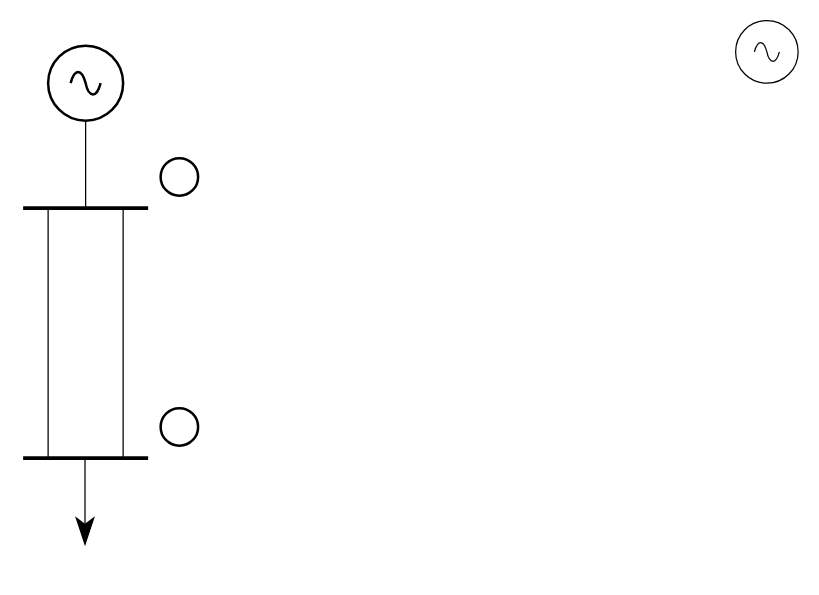
This is Diagrama sin título.drawio from ALANRODRIGUEZA/G4A_SEP1-A_S12024, a draw.io file, before an edit. Source tidied: cells renumbered, new cells numbered last; positions are measured from the earlier drawing's top-left corner, leaving out a move shared by most shapes. Both pictures are drawn from the tidied source at 125%, with x=0, y=0 at pixel (22, 20).
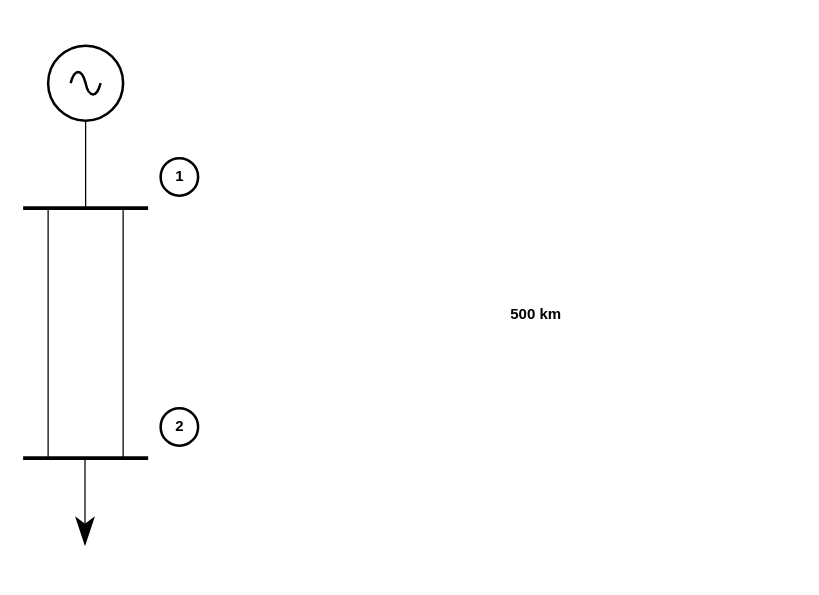
Above is the later version.

The edit, as a diff of the source:
```diff
@@
 <mxGraphModel>
   <root>
     <mxCell id="0" />
     <mxCell id="1" parent="0" />
     <mxCell id="2" style="verticalLabelPosition=bottom;shadow=0;dashed=0;align=center;html=1;verticalAlign=top;shape=mxgraph.electrical.signal_sources.source;elSignalType=ac;strokeWidth=2;" parent="1" vertex="1">
       <mxGeometry x="20" y="20" width="60" height="60" as="geometry" />
     </mxCell>
-    <mxCell id="3" style="verticalLabelPosition=bottom;shadow=0;dashed=0;align=center;html=1;verticalAlign=top;shape=mxgraph.electrical.signal_sources.source;elSignalType=ac;" parent="1" vertex="1">
-      <mxGeometry x="570" width="50" height="50" as="geometry" />
-    </mxCell>
     <mxCell id="4" style="verticalLabelPosition=bottom;shadow=0;dashed=0;align=center;html=1;verticalAlign=top;shape=mxgraph.electrical.transmission.2_line_bus;direction=south;" parent="1" vertex="1">
       <mxGeometry x="20" y="150" width="60" height="200" as="geometry" />
     </mxCell>
     <mxCell id="5" style="endArrow=none;html=1;strokeWidth=3;rounded=0;curved=0;" parent="1" edge="1">
       <mxGeometry relative="1" as="geometry">
         <mxPoint y="150" as="sourcePoint" />
         <mxPoint x="100" y="150" as="targetPoint" />
       </mxGeometry>
     </mxCell>
     <mxCell id="6" style="endArrow=none;html=1;strokeWidth=3;rounded=0;" parent="1" edge="1">
       <mxGeometry relative="1" as="geometry">
         <mxPoint y="350" as="sourcePoint" />
         <mxPoint x="100" y="350" as="targetPoint" />
       </mxGeometry>
     </mxCell>
     <mxCell id="7" style="line;strokeWidth=1;direction=south;html=1;" parent="1" vertex="1">
       <mxGeometry x="45" y="80" width="10" height="70" as="geometry" />
     </mxCell>
     <mxCell id="8" style="endArrow=classicThin;html=1;strokeWidth=1;endSize=20;rounded=0;" parent="1" edge="1">
       <mxGeometry relative="1" as="geometry">
         <mxPoint x="49.5" y="350" as="sourcePoint" />
         <mxPoint x="49.5" y="420" as="targetPoint" />
       </mxGeometry>
     </mxCell>
     <mxCell id="9" style="verticalLabelPosition=bottom;shadow=0;dashed=0;align=center;html=1;verticalAlign=top;strokeWidth=2;shape=ellipse;" parent="1" vertex="1">
       <mxGeometry x="110" y="310" width="30" height="30" as="geometry" />
     </mxCell>
     <mxCell id="10" style="verticalLabelPosition=bottom;shadow=0;dashed=0;align=center;html=1;verticalAlign=top;strokeWidth=2;shape=ellipse;" parent="1" vertex="1">
       <mxGeometry x="110" y="110" width="30" height="30" as="geometry" />
     </mxCell>
+    <mxCell id="11" value="&lt;b&gt;1&lt;/b&gt;" style="text;html=1;align=center;verticalAlign=middle;strokeColor=none;fillColor=none;" parent="1" vertex="1">
+      <mxGeometry x="110" y="110" width="30" height="30" as="geometry" />
+    </mxCell>
+    <mxCell id="12" value="&lt;b&gt;2&lt;/b&gt;" style="text;html=1;align=center;verticalAlign=middle;strokeColor=none;fillColor=none;" parent="1" vertex="1">
+      <mxGeometry x="110" y="310" width="30" height="30" as="geometry" />
+    </mxCell>
+    <mxCell id="13" value="&lt;b&gt;500 km&lt;/b&gt;" style="text;html=1;align=center;verticalAlign=middle;strokeColor=none;fillColor=none;" parent="1" vertex="1">
+      <mxGeometry x="380" y="220" width="60" height="30" as="geometry" />
+    </mxCell>
   </root>
 </mxGraphModel>
```
